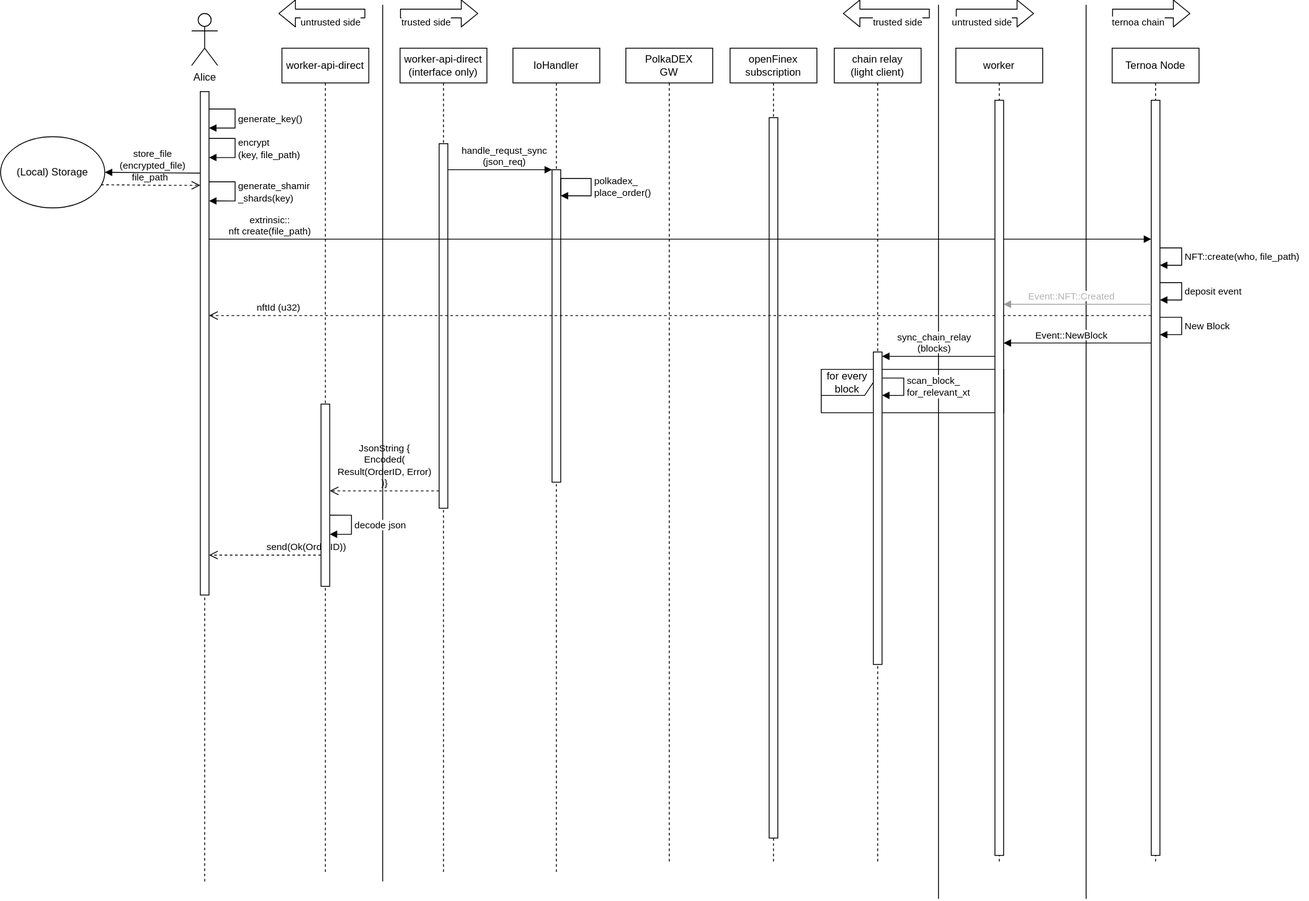
This is capsule_sequence_diagram.svg from haerdib/substraTEE_diagramms, a draw.io export, as it was before one commit. Source tidied: cells renumbered, new cells last; positions are measured from the earlier drawing's top-left corner, leaving out a move shared by most shapes.
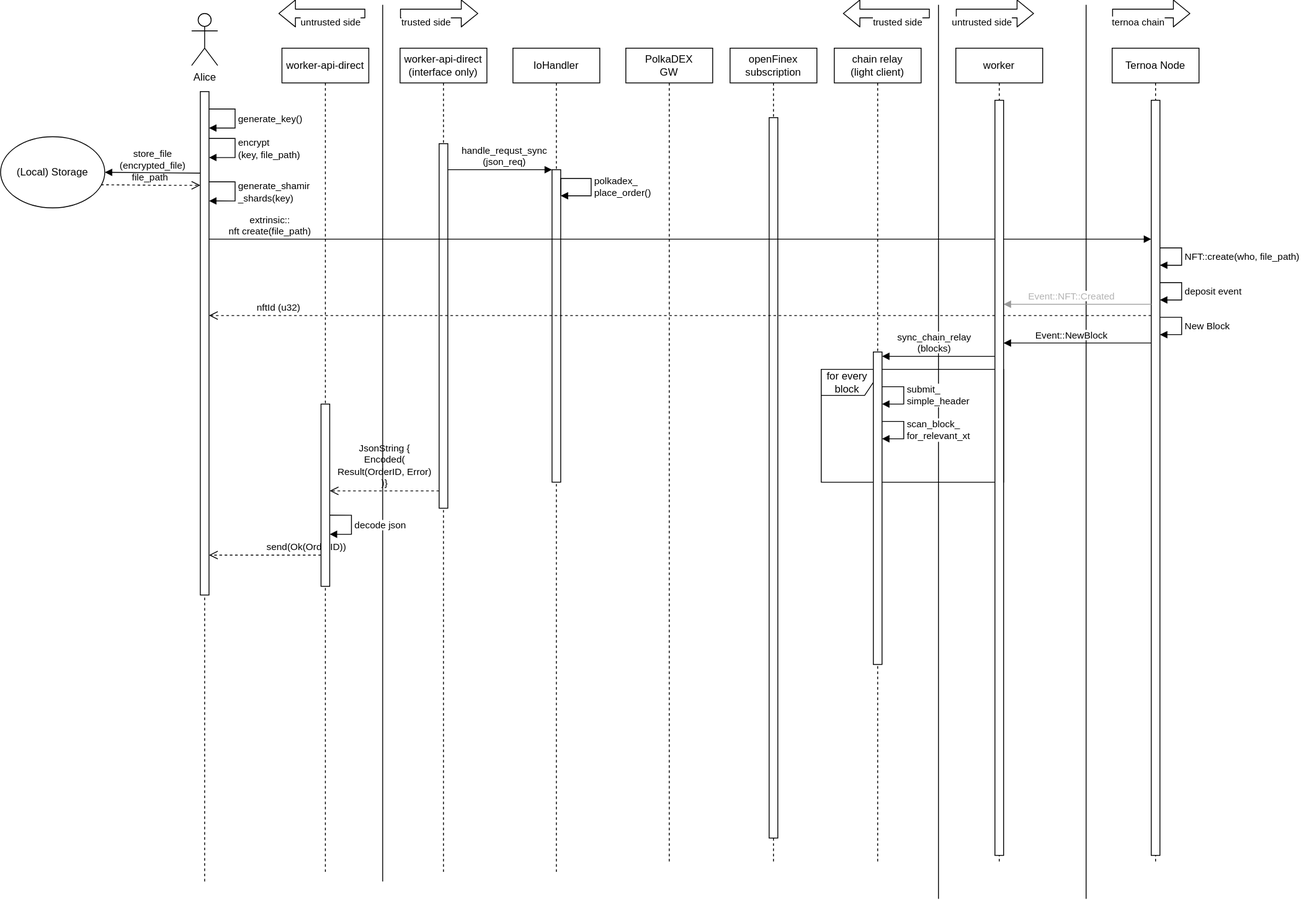
The same file after the commit.

What changed in the source:
```diff
@@ -3,7 +3,7 @@
     <mxCell id="0" />
     <mxCell id="1" parent="0" />
     <mxCell id="2" value="&lt;div&gt;for every&lt;/div&gt;&lt;div&gt;block&lt;br&gt;&lt;/div&gt;" style="shape=umlFrame;whiteSpace=wrap;html=1;" parent="1" vertex="1">
-      <mxGeometry x="945" y="420" width="210" height="50" as="geometry" />
+      <mxGeometry x="945" y="420" width="210" height="130" as="geometry" />
     </mxCell>
     <mxCell id="3" style="endArrow=none;dashed=1;html=1;" parent="1" edge="1">
       <mxGeometry relative="1" as="geometry">
@@ -277,13 +277,23 @@
     </mxCell>
     <mxCell id="54" value="&lt;div&gt;scan_block_&lt;/div&gt;&lt;div&gt;for_relevant_xt&lt;/div&gt;" style="edgeStyle=orthogonalEdgeStyle;html=1;align=left;spacingLeft=2;endArrow=block;rounded=0;" parent="1" edge="1">
       <mxGeometry relative="1" as="geometry">
-        <mxPoint x="1015" y="430" as="sourcePoint" />
-        <mxPoint x="1015" y="450" as="targetPoint" />
+        <mxPoint x="1015" y="480" as="sourcePoint" />
+        <mxPoint x="1015" y="500" as="targetPoint" />
         <Array as="points">
-          <mxPoint x="1040" y="430" />
-          <mxPoint x="1040" y="450" />
+          <mxPoint x="1040" y="480" />
+          <mxPoint x="1040" y="500" />
         </Array>
       </mxGeometry>
     </mxCell>
+    <mxCell id="55" value="submit_&lt;br&gt;simple_header" style="edgeStyle=orthogonalEdgeStyle;html=1;align=left;spacingLeft=2;endArrow=block;rounded=0;" parent="1" edge="1">
+      <mxGeometry relative="1" as="geometry">
+        <mxPoint x="1015" y="440" as="sourcePoint" />
+        <mxPoint x="1015" y="460" as="targetPoint" />
+        <Array as="points">
+          <mxPoint x="1040" y="440" />
+          <mxPoint x="1040" y="460" />
+        </Array>
+      </mxGeometry>
+    </mxCell>
   </root>
 </mxGraphModel>
```
